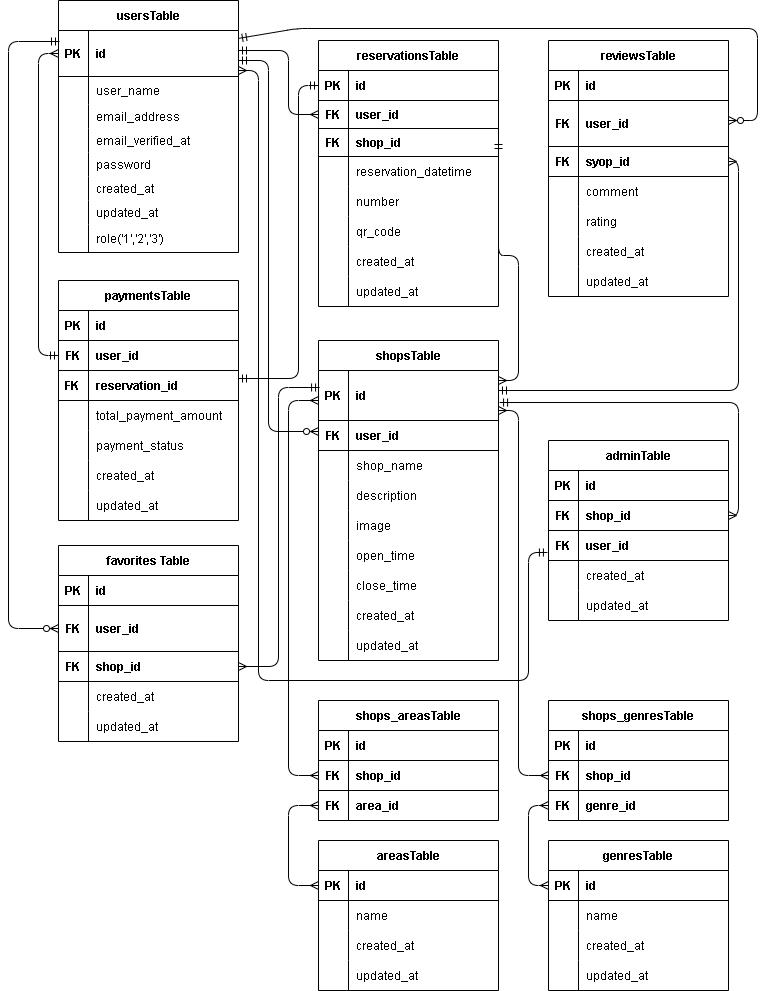
Above: src/rese.drawio.png in ponponmama/2024-07-13 (draw.io), before the change. Source tidied: cells renumbered, new cells last; positions are measured from the earlier drawing's top-left corner, leaving out a move shared by most shapes.
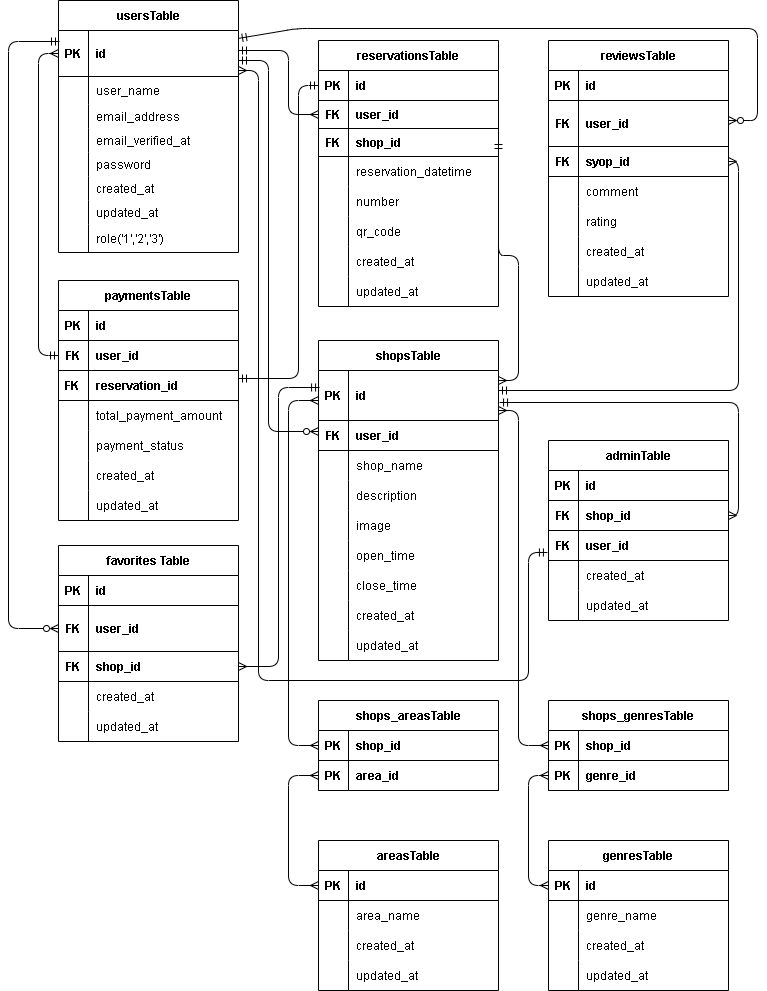
After the change.

Change to the diagram source:
```diff
@@ -583,27 +583,27 @@
     <mxCell id="172" style="shape=partialRectangle;fillColor=none;top=0;left=0;bottom=0;right=0;overflow=hidden;fontColor=#000000;strokeColor=#000000;strokeWidth=1;" parent="171" vertex="1">
       <mxGeometry width="30" height="30" as="geometry" />
     </mxCell>
-    <mxCell id="173" value="name" style="shape=partialRectangle;fillColor=none;top=0;left=0;bottom=0;right=0;align=left;spacingLeft=6;overflow=hidden;fontColor=#000000;strokeColor=#000000;strokeWidth=1;" parent="171" vertex="1">
+    <mxCell id="173" value="area_name" style="shape=partialRectangle;fillColor=none;top=0;left=0;bottom=0;right=0;align=left;spacingLeft=6;overflow=hidden;fontColor=#000000;strokeColor=#000000;strokeWidth=1;" parent="171" vertex="1">
       <mxGeometry x="30" width="150" height="30" as="geometry" />
     </mxCell>
-    <mxCell id="174" style="shape=tableRow;horizontal=0;startSize=0;swimlaneHead=0;swimlaneBody=0;fillColor=none;top=0;left=0;right=0;bottom=0;strokeColor=#000000;strokeWidth=1;fontColor=#000000;" parent="167" vertex="1">
-      <mxGeometry y="90" width="180" height="30" as="geometry" />
-    </mxCell>
-    <mxCell id="175" style="shape=partialRectangle;fillColor=none;top=0;left=0;bottom=0;right=0;overflow=hidden;fontColor=#000000;strokeColor=#000000;strokeWidth=1;" parent="174" vertex="1">
-      <mxGeometry width="30" height="30" as="geometry" />
-    </mxCell>
-    <mxCell id="176" value="created_at" style="shape=partialRectangle;fillColor=none;top=0;left=0;bottom=0;right=0;align=left;spacingLeft=6;overflow=hidden;fontColor=#000000;strokeColor=#000000;strokeWidth=1;" parent="174" vertex="1">
-      <mxGeometry x="30" width="150" height="30" as="geometry" />
-    </mxCell>
-    <mxCell id="177" style="shape=tableRow;horizontal=0;startSize=0;swimlaneHead=0;swimlaneBody=0;fillColor=none;top=0;left=0;right=0;bottom=0;strokeColor=#000000;strokeWidth=1;fontColor=#000000;" parent="167" vertex="1">
-      <mxGeometry y="120" width="180" height="30" as="geometry" />
-    </mxCell>
-    <mxCell id="178" style="shape=partialRectangle;fillColor=none;top=0;left=0;bottom=0;right=0;overflow=hidden;fontColor=#000000;strokeColor=#000000;strokeWidth=1;" parent="177" vertex="1">
-      <mxGeometry width="30" height="30" as="geometry" />
-    </mxCell>
-    <mxCell id="179" value="updated_at" style="shape=partialRectangle;fillColor=none;top=0;left=0;bottom=0;right=0;align=left;spacingLeft=6;overflow=hidden;fontColor=#000000;strokeColor=#000000;strokeWidth=1;" parent="177" vertex="1">
-      <mxGeometry x="30" width="150" height="30" as="geometry" />
-    </mxCell>
+    <mxCell id="217" style="shape=tableRow;horizontal=0;startSize=0;swimlaneHead=0;swimlaneBody=0;fillColor=none;top=0;left=0;right=0;bottom=0;strokeColor=#000000;strokeWidth=1;fontColor=#000000;" parent="167" vertex="1">
+      <mxGeometry y="90" width="180" height="30" as="geometry" />
+    </mxCell>
+    <mxCell id="218" style="shape=partialRectangle;fillColor=none;top=0;left=0;bottom=0;right=0;overflow=hidden;fontColor=#000000;strokeColor=#000000;strokeWidth=1;" parent="217" vertex="1">
+      <mxGeometry width="30" height="30" as="geometry" />
+    </mxCell>
+    <mxCell id="219" value="created_at" style="shape=partialRectangle;fillColor=none;top=0;left=0;bottom=0;right=0;align=left;spacingLeft=6;overflow=hidden;fontColor=#000000;strokeColor=#000000;strokeWidth=1;" parent="217" vertex="1">
+      <mxGeometry x="30" width="150" height="30" as="geometry" />
+    </mxCell>
+    <mxCell id="220" style="shape=tableRow;horizontal=0;startSize=0;swimlaneHead=0;swimlaneBody=0;fillColor=none;top=0;left=0;right=0;bottom=0;strokeColor=#000000;strokeWidth=1;fontColor=#000000;" parent="167" vertex="1">
+      <mxGeometry y="120" width="180" height="30" as="geometry" />
+    </mxCell>
+    <mxCell id="221" style="shape=partialRectangle;fillColor=none;top=0;left=0;bottom=0;right=0;overflow=hidden;fontColor=#000000;strokeColor=#000000;strokeWidth=1;" parent="220" vertex="1">
+      <mxGeometry width="30" height="30" as="geometry" />
+    </mxCell>
+    <mxCell id="222" value="updated_at" style="shape=partialRectangle;fillColor=none;top=0;left=0;bottom=0;right=0;align=left;spacingLeft=6;overflow=hidden;fontColor=#000000;strokeColor=#000000;strokeWidth=1;" parent="220" vertex="1">
+      <mxGeometry x="30" width="150" height="30" as="geometry" />
+    </mxCell>
     <mxCell id="180" value="genresTable" style="shape=table;startSize=30;rowLines=0;fontStyle=1;align=center;strokeColor=#000000;strokeWidth=1;fontColor=#000000;fillColor=none;" parent="1" vertex="1">
       <mxGeometry x="540" y="840" width="180" height="150" as="geometry" />
     </mxCell>
@@ -622,82 +622,64 @@
     <mxCell id="185" style="shape=partialRectangle;fillColor=none;top=0;left=0;bottom=0;right=0;overflow=hidden;fontColor=#000000;strokeColor=#000000;strokeWidth=1;" parent="184" vertex="1">
       <mxGeometry width="30" height="30" as="geometry" />
     </mxCell>
-    <mxCell id="186" value="name" style="shape=partialRectangle;fillColor=none;top=0;left=0;bottom=0;right=0;align=left;spacingLeft=6;overflow=hidden;fontColor=#000000;strokeColor=#000000;strokeWidth=1;" parent="184" vertex="1">
+    <mxCell id="186" value="genre_name" style="shape=partialRectangle;fillColor=none;top=0;left=0;bottom=0;right=0;align=left;spacingLeft=6;overflow=hidden;fontColor=#000000;strokeColor=#000000;strokeWidth=1;" parent="184" vertex="1">
       <mxGeometry x="30" width="150" height="30" as="geometry" />
     </mxCell>
-    <mxCell id="187" style="shape=tableRow;horizontal=0;startSize=0;swimlaneHead=0;swimlaneBody=0;fillColor=none;top=0;left=0;right=0;bottom=0;strokeColor=#000000;strokeWidth=1;fontColor=#000000;" parent="180" vertex="1">
-      <mxGeometry y="90" width="180" height="30" as="geometry" />
-    </mxCell>
-    <mxCell id="188" style="shape=partialRectangle;fillColor=none;top=0;left=0;bottom=0;right=0;overflow=hidden;fontColor=#000000;strokeColor=#000000;strokeWidth=1;" parent="187" vertex="1">
-      <mxGeometry width="30" height="30" as="geometry" />
-    </mxCell>
-    <mxCell id="189" value="created_at" style="shape=partialRectangle;fillColor=none;top=0;left=0;bottom=0;right=0;align=left;spacingLeft=6;overflow=hidden;fontColor=#000000;strokeColor=#000000;strokeWidth=1;" parent="187" vertex="1">
-      <mxGeometry x="30" width="150" height="30" as="geometry" />
-    </mxCell>
-    <mxCell id="190" style="shape=tableRow;horizontal=0;startSize=0;swimlaneHead=0;swimlaneBody=0;fillColor=none;top=0;left=0;right=0;bottom=0;strokeColor=#000000;strokeWidth=1;fontColor=#000000;" parent="180" vertex="1">
-      <mxGeometry y="120" width="180" height="30" as="geometry" />
-    </mxCell>
-    <mxCell id="191" style="shape=partialRectangle;fillColor=none;top=0;left=0;bottom=0;right=0;overflow=hidden;fontColor=#000000;strokeColor=#000000;strokeWidth=1;" parent="190" vertex="1">
-      <mxGeometry width="30" height="30" as="geometry" />
-    </mxCell>
-    <mxCell id="192" value="updated_at" style="shape=partialRectangle;fillColor=none;top=0;left=0;bottom=0;right=0;align=left;spacingLeft=6;overflow=hidden;fontColor=#000000;strokeColor=#000000;strokeWidth=1;" parent="190" vertex="1">
-      <mxGeometry x="30" width="150" height="30" as="geometry" />
-    </mxCell>
+    <mxCell id="223" style="shape=tableRow;horizontal=0;startSize=0;swimlaneHead=0;swimlaneBody=0;fillColor=none;top=0;left=0;right=0;bottom=0;strokeColor=#000000;strokeWidth=1;fontColor=#000000;" parent="180" vertex="1">
+      <mxGeometry y="90" width="180" height="30" as="geometry" />
+    </mxCell>
+    <mxCell id="224" style="shape=partialRectangle;fillColor=none;top=0;left=0;bottom=0;right=0;overflow=hidden;fontColor=#000000;strokeColor=#000000;strokeWidth=1;" parent="223" vertex="1">
+      <mxGeometry width="30" height="30" as="geometry" />
+    </mxCell>
+    <mxCell id="225" value="created_at" style="shape=partialRectangle;fillColor=none;top=0;left=0;bottom=0;right=0;align=left;spacingLeft=6;overflow=hidden;fontColor=#000000;strokeColor=#000000;strokeWidth=1;" parent="223" vertex="1">
+      <mxGeometry x="30" width="150" height="30" as="geometry" />
+    </mxCell>
+    <mxCell id="226" style="shape=tableRow;horizontal=0;startSize=0;swimlaneHead=0;swimlaneBody=0;fillColor=none;top=0;left=0;right=0;bottom=0;strokeColor=#000000;strokeWidth=1;fontColor=#000000;" parent="180" vertex="1">
+      <mxGeometry y="120" width="180" height="30" as="geometry" />
+    </mxCell>
+    <mxCell id="227" style="shape=partialRectangle;fillColor=none;top=0;left=0;bottom=0;right=0;overflow=hidden;fontColor=#000000;strokeColor=#000000;strokeWidth=1;" parent="226" vertex="1">
+      <mxGeometry width="30" height="30" as="geometry" />
+    </mxCell>
+    <mxCell id="228" value="updated_at" style="shape=partialRectangle;fillColor=none;top=0;left=0;bottom=0;right=0;align=left;spacingLeft=6;overflow=hidden;fontColor=#000000;strokeColor=#000000;strokeWidth=1;" parent="226" vertex="1">
+      <mxGeometry x="30" width="150" height="30" as="geometry" />
+    </mxCell>
     <mxCell id="193" value="shops_areasTable" style="shape=table;startSize=30;rowLines=0;fontStyle=1;align=center;strokeColor=#000000;strokeWidth=1;fontColor=#000000;fillColor=none;" parent="1" vertex="1">
-      <mxGeometry x="310" y="700" width="180" height="120" as="geometry" />
+      <mxGeometry x="310" y="700" width="180" height="90" as="geometry" />
     </mxCell>
-    <mxCell id="194" style="shape=tableRow;horizontal=0;startSize=0;swimlaneHead=0;swimlaneBody=0;fillColor=none;top=0;left=0;right=0;bottom=1;strokeColor=#000000;strokeWidth=1;fontColor=#000000;" parent="193" vertex="1">
-      <mxGeometry y="30" width="180" height="30" as="geometry" />
-    </mxCell>
-    <mxCell id="195" value="PK" style="shape=partialRectangle;fillColor=none;top=0;left=0;bottom=0;right=0;fontStyle=1;overflow=hidden;fontColor=#000000;strokeColor=#000000;strokeWidth=1;" parent="194" vertex="1">
-      <mxGeometry width="30" height="30" as="geometry" />
-    </mxCell>
-    <mxCell id="196" value="id" style="shape=partialRectangle;fillColor=none;top=0;left=0;bottom=0;right=0;align=left;spacingLeft=6;fontStyle=1;overflow=hidden;fontColor=#000000;strokeColor=#000000;strokeWidth=1;" parent="194" vertex="1">
-      <mxGeometry x="30" width="150" height="30" as="geometry" />
-    </mxCell>
     <mxCell id="197" style="shape=tableRow;horizontal=0;startSize=0;swimlaneHead=0;swimlaneBody=0;fillColor=none;points=[[0,0.5],[1,0.5]];portConstraint=eastwest;top=0;left=0;right=0;bottom=1;strokeColor=#000000;strokeWidth=1;fontColor=#000000;" parent="193" vertex="1">
-      <mxGeometry y="60" width="180" height="30" as="geometry" />
+      <mxGeometry y="30" width="180" height="30" as="geometry" />
     </mxCell>
-    <mxCell id="198" value="FK" style="shape=partialRectangle;fillColor=none;top=0;left=0;bottom=0;right=0;fontStyle=1;overflow=hidden;fontColor=#000000;strokeColor=#000000;strokeWidth=1;" parent="197" vertex="1">
+    <mxCell id="198" value="PK" style="shape=partialRectangle;fillColor=none;top=0;left=0;bottom=0;right=0;fontStyle=1;overflow=hidden;fontColor=#000000;strokeColor=#000000;strokeWidth=1;" parent="197" vertex="1">
       <mxGeometry width="30" height="30" as="geometry" />
     </mxCell>
     <mxCell id="199" value="shop_id" style="shape=partialRectangle;fillColor=none;top=0;left=0;bottom=0;right=0;align=left;spacingLeft=6;fontStyle=1;overflow=hidden;fontColor=#000000;strokeColor=#000000;strokeWidth=1;" parent="197" vertex="1">
       <mxGeometry x="30" width="150" height="30" as="geometry" />
     </mxCell>
     <mxCell id="200" style="shape=tableRow;horizontal=0;startSize=0;swimlaneHead=0;swimlaneBody=0;fillColor=none;points=[[0,0.5],[1,0.5]];portConstraint=eastwest;top=0;left=0;right=0;bottom=1;strokeColor=#000000;strokeWidth=1;fontColor=#000000;" parent="193" vertex="1">
-      <mxGeometry y="90" width="180" height="30" as="geometry" />
+      <mxGeometry y="60" width="180" height="30" as="geometry" />
     </mxCell>
-    <mxCell id="201" value="FK" style="shape=partialRectangle;fillColor=none;top=0;left=0;bottom=0;right=0;fontStyle=1;overflow=hidden;fontColor=#000000;strokeColor=#000000;strokeWidth=1;" parent="200" vertex="1">
+    <mxCell id="201" value="PK" style="shape=partialRectangle;fillColor=none;top=0;left=0;bottom=0;right=0;fontStyle=1;overflow=hidden;fontColor=#000000;strokeColor=#000000;strokeWidth=1;" parent="200" vertex="1">
       <mxGeometry width="30" height="30" as="geometry" />
     </mxCell>
     <mxCell id="202" value="area_id" style="shape=partialRectangle;fillColor=none;top=0;left=0;bottom=0;right=0;align=left;spacingLeft=6;fontStyle=1;overflow=hidden;fontColor=#000000;strokeColor=#000000;strokeWidth=1;" parent="200" vertex="1">
       <mxGeometry x="30" width="150" height="30" as="geometry" />
     </mxCell>
     <mxCell id="203" value="shops_genresTable" style="shape=table;startSize=30;rowLines=0;fontStyle=1;align=center;strokeColor=#000000;strokeWidth=1;fontColor=#000000;fillColor=none;" parent="1" vertex="1">
-      <mxGeometry x="540" y="700" width="180" height="120" as="geometry" />
+      <mxGeometry x="540" y="700" width="180" height="90" as="geometry" />
     </mxCell>
-    <mxCell id="204" style="shape=tableRow;horizontal=0;startSize=0;swimlaneHead=0;swimlaneBody=0;fillColor=none;top=0;left=0;right=0;bottom=1;strokeColor=#000000;strokeWidth=1;fontColor=#000000;" parent="203" vertex="1">
-      <mxGeometry y="30" width="180" height="30" as="geometry" />
-    </mxCell>
-    <mxCell id="205" value="PK" style="shape=partialRectangle;fillColor=none;top=0;left=0;bottom=0;right=0;fontStyle=1;overflow=hidden;fontColor=#000000;strokeColor=#000000;strokeWidth=1;" parent="204" vertex="1">
-      <mxGeometry width="30" height="30" as="geometry" />
-    </mxCell>
-    <mxCell id="206" value="id" style="shape=partialRectangle;fillColor=none;top=0;left=0;bottom=0;right=0;align=left;spacingLeft=6;fontStyle=1;overflow=hidden;fontColor=#000000;strokeColor=#000000;strokeWidth=1;" parent="204" vertex="1">
-      <mxGeometry x="30" width="150" height="30" as="geometry" />
-    </mxCell>
     <mxCell id="207" style="shape=tableRow;horizontal=0;startSize=0;swimlaneHead=0;swimlaneBody=0;fillColor=none;points=[[0,0.5],[1,0.5]];portConstraint=eastwest;top=0;left=0;right=0;bottom=1;strokeColor=#000000;strokeWidth=1;fontColor=#000000;" parent="203" vertex="1">
-      <mxGeometry y="60" width="180" height="30" as="geometry" />
+      <mxGeometry y="30" width="180" height="30" as="geometry" />
     </mxCell>
-    <mxCell id="208" value="FK" style="shape=partialRectangle;fillColor=none;top=0;left=0;bottom=0;right=0;fontStyle=1;overflow=hidden;fontColor=#000000;strokeColor=#000000;strokeWidth=1;" parent="207" vertex="1">
+    <mxCell id="208" value="PK" style="shape=partialRectangle;fillColor=none;top=0;left=0;bottom=0;right=0;fontStyle=1;overflow=hidden;fontColor=#000000;strokeColor=#000000;strokeWidth=1;" parent="207" vertex="1">
       <mxGeometry width="30" height="30" as="geometry" />
     </mxCell>
     <mxCell id="209" value="shop_id" style="shape=partialRectangle;fillColor=none;top=0;left=0;bottom=0;right=0;align=left;spacingLeft=6;fontStyle=1;overflow=hidden;fontColor=#000000;strokeColor=#000000;strokeWidth=1;" parent="207" vertex="1">
       <mxGeometry x="30" width="150" height="30" as="geometry" />
     </mxCell>
     <mxCell id="210" style="shape=tableRow;horizontal=0;startSize=0;swimlaneHead=0;swimlaneBody=0;fillColor=none;points=[[0,0.5],[1,0.5]];portConstraint=eastwest;top=0;left=0;right=0;bottom=1;strokeColor=#000000;strokeWidth=1;fontColor=#000000;" parent="203" vertex="1">
-      <mxGeometry y="90" width="180" height="30" as="geometry" />
+      <mxGeometry y="60" width="180" height="30" as="geometry" />
     </mxCell>
-    <mxCell id="211" value="FK" style="shape=partialRectangle;fillColor=none;top=0;left=0;bottom=0;right=0;fontStyle=1;overflow=hidden;fontColor=#000000;strokeColor=#000000;strokeWidth=1;" parent="210" vertex="1">
+    <mxCell id="211" value="PK" style="shape=partialRectangle;fillColor=none;top=0;left=0;bottom=0;right=0;fontStyle=1;overflow=hidden;fontColor=#000000;strokeColor=#000000;strokeWidth=1;" parent="210" vertex="1">
       <mxGeometry width="30" height="30" as="geometry" />
     </mxCell>
     <mxCell id="212" value="genre_id" style="shape=partialRectangle;fillColor=none;top=0;left=0;bottom=0;right=0;align=left;spacingLeft=6;fontStyle=1;overflow=hidden;fontColor=#000000;strokeColor=#000000;strokeWidth=1;" parent="210" vertex="1">
```
